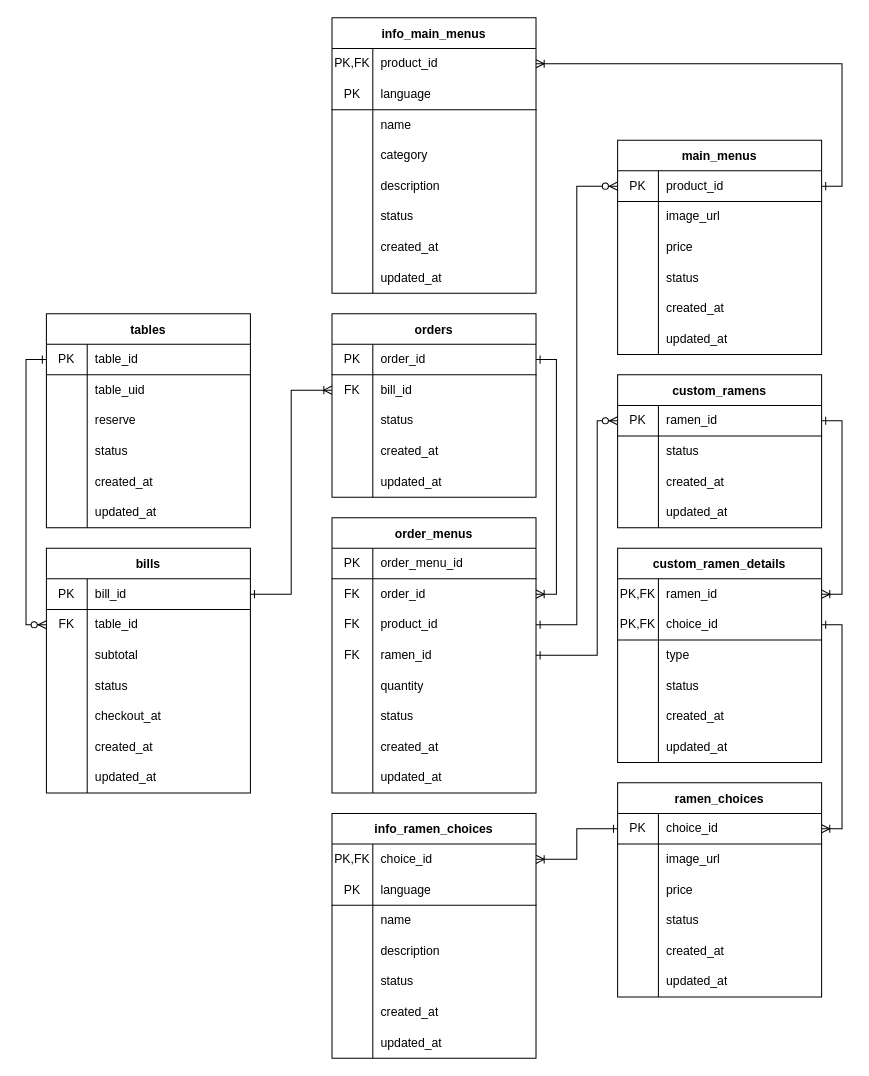
This is page "ER Diagram" (1 of 2) of Document/Design Diagram.drawio from PiriyaDEV/harihari-ramen, a draw.io file, before an edit. Source tidied: cells renumbered, new cells numbered last; positions are measured from the earlier drawing's top-left corner, leaving out a move shared by most shapes. Both pictures are drawn from the tidied source at 102%, with x=0, y=0 at pixel (46, 17).
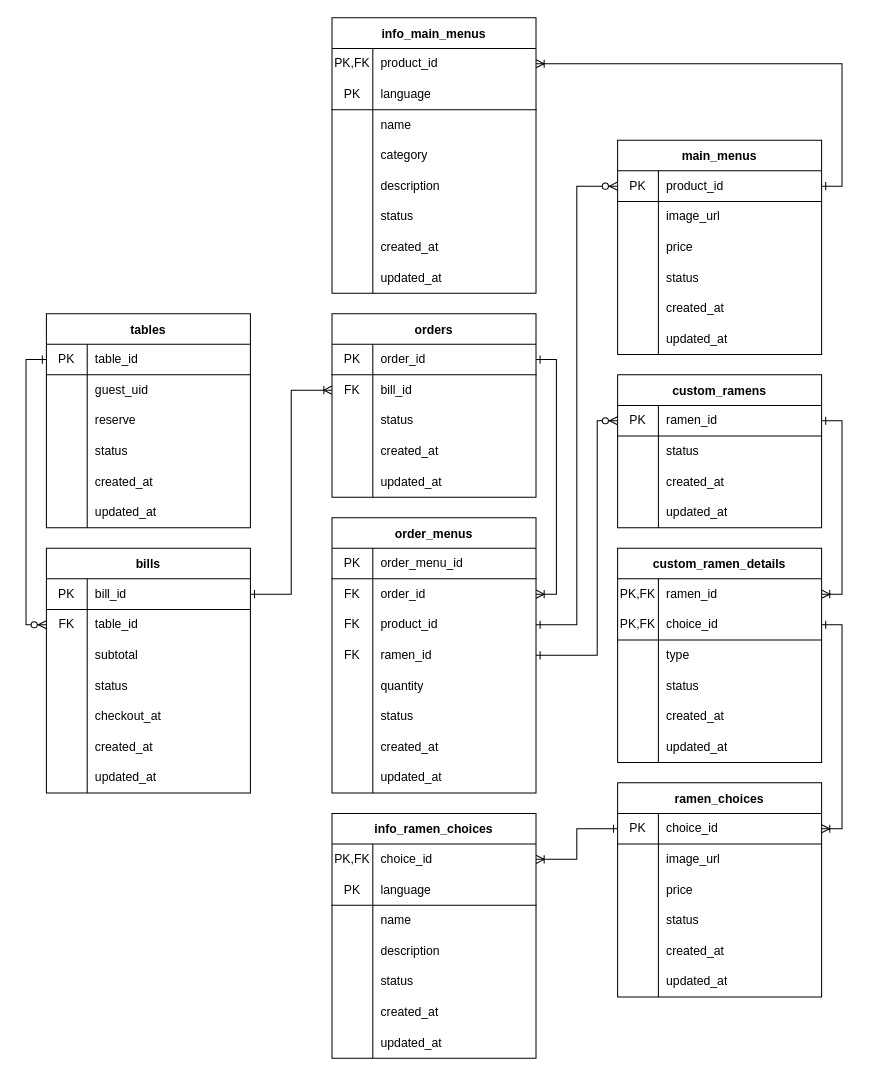
Above is the later version.

Commit message:
Rename table_uid to guest_uid

The change refers to these unchanged cells:
```xml
<mxCell id="6" style="shape=partialRectangle;html=1;whiteSpace=wrap;fillColor=none;top=0;left=0;bottom=0;right=0;" parent="2" vertex="1">
  <mxGeometry y="60" width="200" height="30" as="geometry" />
</mxCell>
```

What changed in the source:
```diff
@@
-    <mxCell id="8" value="table_uid" style="shape=partialRectangle;html=1;whiteSpace=wrap;fillColor=none;top=0;left=0;bottom=0;right=0;align=left;spacingLeft=6;overflow=hidden;" parent="6" vertex="1">
+    <mxCell id="8" value="guest_uid" style="shape=partialRectangle;html=1;whiteSpace=wrap;fillColor=none;top=0;left=0;bottom=0;right=0;align=left;spacingLeft=6;overflow=hidden;" parent="6" vertex="1">
       <mxGeometry x="40" width="160" height="30" as="geometry" />
     </mxCell>
```
